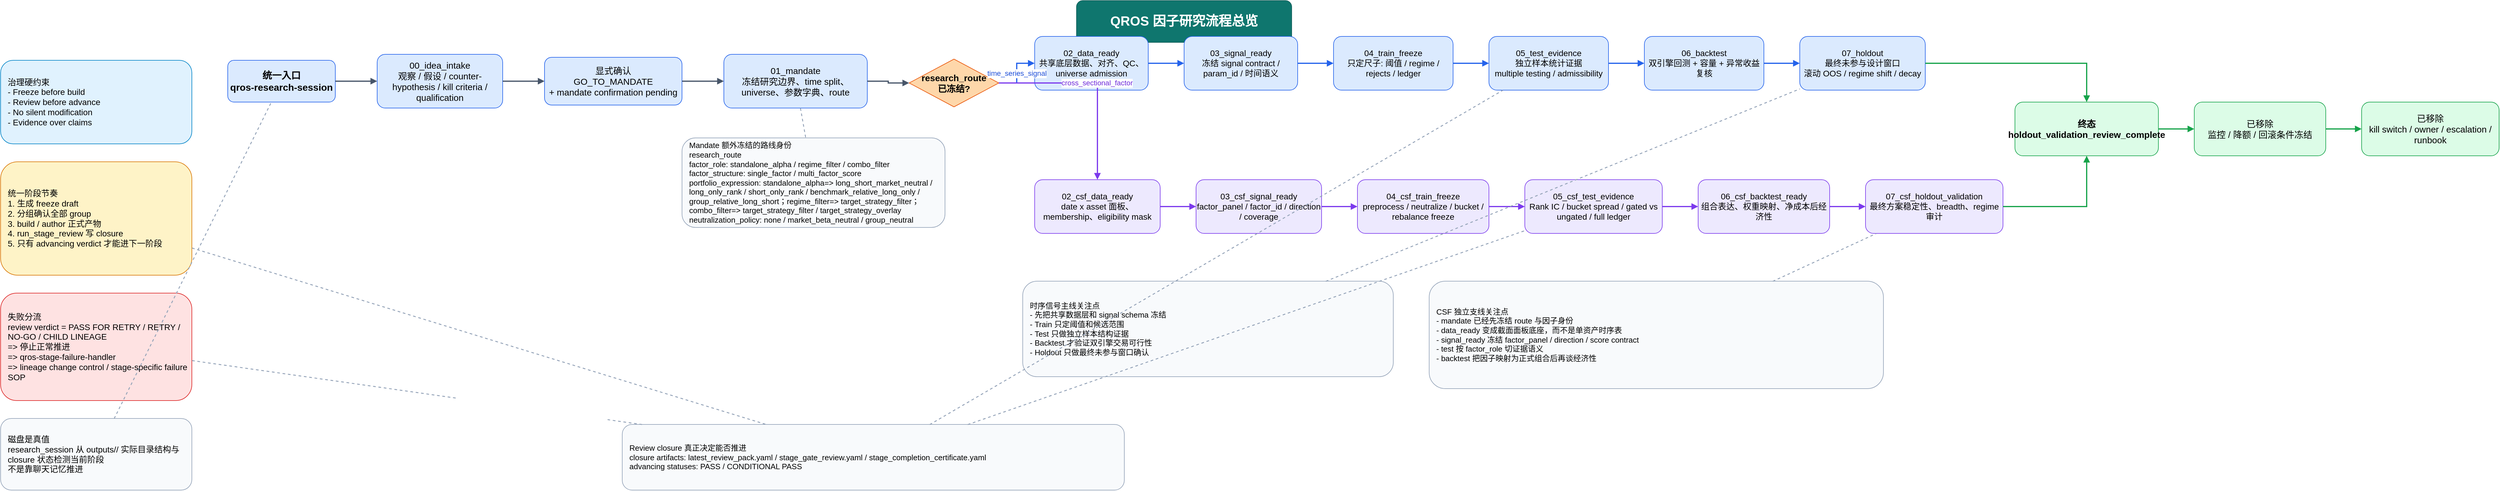
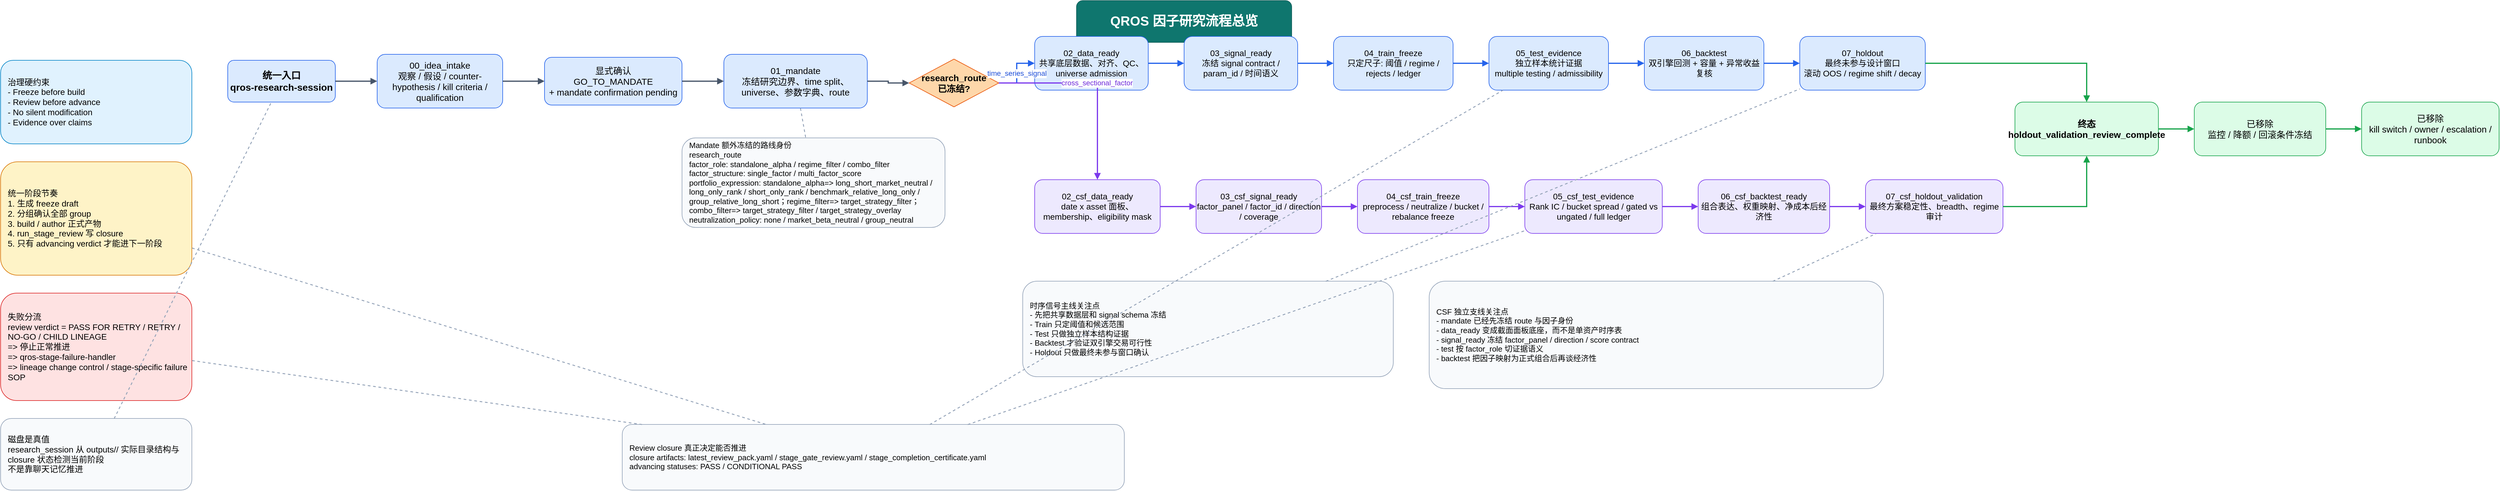
<?xml version="1.0" ?>
<mxfile host="app.diagrams.net" modified="2026-03-30T00:00:00.000Z" agent="Codex" version="26.2.2">
  <diagram id="qros-factor-research-workflow-overview" name="QROS Factor Research Workflow Overview">
-     <mxGraphModel dx="1800" dy="1200" grid="1" gridSize="10" guides="1" tooltips="1" connect="1" arrows="1" fold="1" page="1" pageScale="1" pageWidth="4600" pageHeight="2200" math="0" shadow="0">
+     <mxGraphModel dx="1800" dy="1200" grid="1" gridSize="10" guides="1" tooltips="1" connect="1" arrows="1" fold="1" page="1" pageScale="1" pageWidth="4600" pageHeight="2200" math="0" post_holdout_observation="0">
      <root>
        <mxCell id="0"/>
        <mxCell id="1" parent="0"/>
        <mxCell id="2" value="QROS 因子研究流程总览" style="rounded=1;whiteSpace=wrap;html=1;fillColor=#0F766E;fontColor=#FFFFFF;strokeColor=#115E59;fontStyle=1;fontSize=22;" vertex="1" parent="1">
          <mxGeometry x="1870" y="30" width="360" height="70" as="geometry"/>
        </mxCell>
        <mxCell id="3" value="治理硬约束&#xa;- Freeze before build&#xa;- Review before advance&#xa;- No silent modification&#xa;- Evidence over claims" style="rounded=1;whiteSpace=wrap;html=1;fillColor=#E0F2FE;strokeColor=#0284C7;fontSize=14;align=left;spacingLeft=10;" vertex="1" parent="1">
          <mxGeometry x="70" y="130" width="320" height="140" as="geometry"/>
        </mxCell>
        <mxCell id="4" value="统一阶段节奏&#xa;1. 生成 freeze draft&#xa;2. 分组确认全部 group&#xa;3. build / author 正式产物&#xa;4. run_stage_review 写 closure&#xa;5. 只有 advancing verdict 才能进下一阶段" style="rounded=1;whiteSpace=wrap;html=1;fillColor=#FEF3C7;strokeColor=#D97706;fontSize=14;align=left;spacingLeft=10;" vertex="1" parent="1">
          <mxGeometry x="70" y="300" width="320" height="190" as="geometry"/>
        </mxCell>
        <mxCell id="5" value="失败分流&#xa;review verdict = PASS FOR RETRY / RETRY / NO-GO / CHILD LINEAGE&#xa;=> 停止正常推进&#xa;=> qros-stage-failure-handler&#xa;=> lineage change control / stage-specific failure SOP" style="rounded=1;whiteSpace=wrap;html=1;fillColor=#FEE2E2;strokeColor=#DC2626;fontSize=14;align=left;spacingLeft=10;" vertex="1" parent="1">
          <mxGeometry x="70" y="520" width="320" height="180" as="geometry"/>
        </mxCell>
        <mxCell id="6" value="磁盘是真值&#xa;research_session 从 outputs/&lt;lineage_id&gt;/ 实际目录结构与 closure 状态检测当前阶段&#xa;不是靠聊天记忆推进" style="rounded=1;whiteSpace=wrap;html=1;fillColor=#F8FAFC;strokeColor=#94A3B8;fontSize=14;align=left;spacingLeft=10;" vertex="1" parent="1">
          <mxGeometry x="70" y="730" width="320" height="120" as="geometry"/>
        </mxCell>
        <mxCell id="7" value="统一入口&#xa;qros-research-session" style="rounded=1;whiteSpace=wrap;html=1;fillColor=#DBEAFE;strokeColor=#2563EB;fontStyle=1;fontSize=16;" vertex="1" parent="1">
          <mxGeometry x="450" y="130" width="180" height="70" as="geometry"/>
        </mxCell>
        <mxCell id="8" value="00_idea_intake&#xa;观察 / 假设 / counter-hypothesis / kill criteria / qualification" style="rounded=1;whiteSpace=wrap;html=1;fillColor=#DBEAFE;strokeColor=#2563EB;fontSize=15;" vertex="1" parent="1">
          <mxGeometry x="700" y="120" width="210" height="90" as="geometry"/>
        </mxCell>
        <mxCell id="9" value="显式确认&#xa;GO_TO_MANDATE&#xa;+ mandate confirmation pending" style="rounded=1;whiteSpace=wrap;html=1;fillColor=#DBEAFE;strokeColor=#2563EB;fontSize=15;" vertex="1" parent="1">
          <mxGeometry x="980" y="125" width="230" height="80" as="geometry"/>
        </mxCell>
        <mxCell id="10" value="01_mandate&#xa;冻结研究边界、time split、universe、参数字典、route" style="rounded=1;whiteSpace=wrap;html=1;fillColor=#DBEAFE;strokeColor=#2563EB;fontSize=15;" vertex="1" parent="1">
          <mxGeometry x="1280" y="120" width="240" height="90" as="geometry"/>
        </mxCell>
        <mxCell id="11" value="research_route&#xa;已冻结?" style="rhombus;whiteSpace=wrap;html=1;fillColor=#FED7AA;strokeColor=#EA580C;fontStyle=1;fontSize=15;" vertex="1" parent="1">
          <mxGeometry x="1590" y="128" width="150" height="80" as="geometry"/>
        </mxCell>
        <mxCell id="12" value="Mandate 额外冻结的路线身份&#xa;research_route&#xa;factor_role: standalone_alpha / regime_filter / combo_filter&#xa;factor_structure: single_factor / multi_factor_score&#xa;portfolio_expression: standalone_alpha=&gt; long_short_market_neutral / long_only_rank / short_only_rank / benchmark_relative_long_only / group_relative_long_short；regime_filter=&gt; target_strategy_filter；combo_filter=&gt; target_strategy_filter / target_strategy_overlay&#xa;neutralization_policy: none / market_beta_neutral / group_neutral" style="rounded=1;whiteSpace=wrap;html=1;fillColor=#F8FAFC;strokeColor=#94A3B8;fontSize=13;align=left;spacingLeft=10;" vertex="1" parent="1">
          <mxGeometry x="1210" y="260" width="440" height="150" as="geometry"/>
        </mxCell>
        <mxCell id="13" value="02_data_ready&#xa;共享底层数据、对齐、QC、universe admission" style="rounded=1;whiteSpace=wrap;html=1;fillColor=#DBEAFE;strokeColor=#2563EB;fontSize=14;" vertex="1" parent="1">
          <mxGeometry x="1800" y="90" width="190" height="90" as="geometry"/>
        </mxCell>
        <mxCell id="14" value="03_signal_ready&#xa;冻结 signal contract / param_id / 时间语义" style="rounded=1;whiteSpace=wrap;html=1;fillColor=#DBEAFE;strokeColor=#2563EB;fontSize=14;" vertex="1" parent="1">
          <mxGeometry x="2050" y="90" width="190" height="90" as="geometry"/>
        </mxCell>
        <mxCell id="15" value="04_train_freeze&#xa;只定尺子: 阈值 / regime / rejects / ledger" style="rounded=1;whiteSpace=wrap;html=1;fillColor=#DBEAFE;strokeColor=#2563EB;fontSize=14;" vertex="1" parent="1">
          <mxGeometry x="2300" y="90" width="200" height="90" as="geometry"/>
        </mxCell>
        <mxCell id="16" value="05_test_evidence&#xa;独立样本统计证据&#xa;multiple testing / admissibility" style="rounded=1;whiteSpace=wrap;html=1;fillColor=#DBEAFE;strokeColor=#2563EB;fontSize=14;" vertex="1" parent="1">
          <mxGeometry x="2560" y="90" width="200" height="90" as="geometry"/>
        </mxCell>
        <mxCell id="17" value="06_backtest&#xa;双引擎回测 + 容量 + 异常收益复核" style="rounded=1;whiteSpace=wrap;html=1;fillColor=#DBEAFE;strokeColor=#2563EB;fontSize=14;" vertex="1" parent="1">
          <mxGeometry x="2820" y="90" width="200" height="90" as="geometry"/>
        </mxCell>
        <mxCell id="18" value="07_holdout&#xa;最终未参与设计窗口&#xa;滚动 OOS / regime shift / decay" style="rounded=1;whiteSpace=wrap;html=1;fillColor=#DBEAFE;strokeColor=#2563EB;fontSize=14;" vertex="1" parent="1">
          <mxGeometry x="3080" y="90" width="210" height="90" as="geometry"/>
        </mxCell>
        <mxCell id="19" value="02_csf_data_ready&#xa;date x asset 面板、membership、eligibility mask" style="rounded=1;whiteSpace=wrap;html=1;fillColor=#EDE9FE;strokeColor=#7C3AED;fontSize=14;" vertex="1" parent="1">
          <mxGeometry x="1800" y="330" width="210" height="90" as="geometry"/>
        </mxCell>
        <mxCell id="20" value="03_csf_signal_ready&#xa;factor_panel / factor_id / direction / coverage" style="rounded=1;whiteSpace=wrap;html=1;fillColor=#EDE9FE;strokeColor=#7C3AED;fontSize=14;" vertex="1" parent="1">
          <mxGeometry x="2070" y="330" width="210" height="90" as="geometry"/>
        </mxCell>
        <mxCell id="21" value="04_csf_train_freeze&#xa;preprocess / neutralize / bucket / rebalance freeze" style="rounded=1;whiteSpace=wrap;html=1;fillColor=#EDE9FE;strokeColor=#7C3AED;fontSize=14;" vertex="1" parent="1">
          <mxGeometry x="2340" y="330" width="220" height="90" as="geometry"/>
        </mxCell>
        <mxCell id="22" value="05_csf_test_evidence&#xa;Rank IC / bucket spread / gated vs ungated / full ledger" style="rounded=1;whiteSpace=wrap;html=1;fillColor=#EDE9FE;strokeColor=#7C3AED;fontSize=14;" vertex="1" parent="1">
          <mxGeometry x="2620" y="330" width="230" height="90" as="geometry"/>
        </mxCell>
        <mxCell id="23" value="06_csf_backtest_ready&#xa;组合表达、权重映射、净成本后经济性" style="rounded=1;whiteSpace=wrap;html=1;fillColor=#EDE9FE;strokeColor=#7C3AED;fontSize=14;" vertex="1" parent="1">
          <mxGeometry x="2910" y="330" width="220" height="90" as="geometry"/>
        </mxCell>
        <mxCell id="24" value="07_csf_holdout_validation&#xa;最终方案稳定性、breadth、regime 审计" style="rounded=1;whiteSpace=wrap;html=1;fillColor=#EDE9FE;strokeColor=#7C3AED;fontSize=14;" vertex="1" parent="1">
          <mxGeometry x="3190" y="330" width="230" height="90" as="geometry"/>
        </mxCell>
        <mxCell id="25" value="终态&#xa;holdout_validation_review_complete" style="rounded=1;whiteSpace=wrap;html=1;fillColor=#DCFCE7;strokeColor=#16A34A;fontStyle=1;fontSize=15;" vertex="1" parent="1">
          <mxGeometry x="3440" y="200" width="240" height="90" as="geometry"/>
        </mxCell>
        <mxCell id="26" value="已移除&#xa;监控 / 降额 / 回滚条件冻结" style="rounded=1;whiteSpace=wrap;html=1;fillColor=#DCFCE7;strokeColor=#16A34A;fontSize=15;" vertex="1" parent="1">
          <mxGeometry x="3740" y="200" width="220" height="90" as="geometry"/>
        </mxCell>
        <mxCell id="27" value="已移除&#xa;kill switch / owner / escalation / runbook" style="rounded=1;whiteSpace=wrap;html=1;fillColor=#DCFCE7;strokeColor=#16A34A;fontSize=15;" vertex="1" parent="1">
          <mxGeometry x="4020" y="200" width="230" height="90" as="geometry"/>
        </mxCell>
        <mxCell id="28" value="时序信号主线关注点&#xa;- 先把共享数据层和 signal schema 冻结&#xa;- Train 只定阈值和候选范围&#xa;- Test 只做独立样本结构证据&#xa;- Backtest 才验证双引擎交易可行性&#xa;- Holdout 只做最终未参与窗口确认" style="rounded=1;whiteSpace=wrap;html=1;fillColor=#F8FAFC;strokeColor=#94A3B8;fontSize=13;align=left;spacingLeft=10;" vertex="1" parent="1">
          <mxGeometry x="1780" y="500" width="620" height="160" as="geometry"/>
        </mxCell>
        <mxCell id="29" value="CSF 独立支线关注点&#xa;- mandate 已经先冻结 route 与因子身份&#xa;- data_ready 变成截面面板底座，而不是单资产时序表&#xa;- signal_ready 冻结 factor_panel / direction / score contract&#xa;- test 按 factor_role 切证据语义&#xa;- backtest 把因子映射为正式组合后再谈经济性" style="rounded=1;whiteSpace=wrap;html=1;fillColor=#F8FAFC;strokeColor=#94A3B8;fontSize=13;align=left;spacingLeft=10;" vertex="1" parent="1">
          <mxGeometry x="2460" y="500" width="760" height="180" as="geometry"/>
        </mxCell>
        <mxCell id="30" value="Review closure 真正决定能否推进&#xa;closure artifacts: latest_review_pack.yaml / stage_gate_review.yaml / stage_completion_certificate.yaml&#xa;advancing statuses: PASS / CONDITIONAL PASS" style="rounded=1;whiteSpace=wrap;html=1;fillColor=#F8FAFC;strokeColor=#94A3B8;fontSize=13;align=left;spacingLeft=10;" vertex="1" parent="1">
          <mxGeometry x="1110" y="740" width="840" height="110" as="geometry"/>
        </mxCell>
        <mxCell id="31" style="edgeStyle=orthogonalEdgeStyle;rounded=0;orthogonalLoop=1;jettySize=auto;html=1;strokeWidth=2;endArrow=block;endFill=1;strokeColor=#475569;" edge="1" parent="1" source="7" target="8">
          <mxGeometry relative="1" as="geometry"/>
        </mxCell>
        <mxCell id="32" style="edgeStyle=orthogonalEdgeStyle;rounded=0;orthogonalLoop=1;jettySize=auto;html=1;strokeWidth=2;endArrow=block;endFill=1;strokeColor=#475569;" edge="1" parent="1" source="8" target="9">
          <mxGeometry relative="1" as="geometry"/>
        </mxCell>
        <mxCell id="33" style="edgeStyle=orthogonalEdgeStyle;rounded=0;orthogonalLoop=1;jettySize=auto;html=1;strokeWidth=2;endArrow=block;endFill=1;strokeColor=#475569;" edge="1" parent="1" source="9" target="10">
          <mxGeometry relative="1" as="geometry"/>
        </mxCell>
        <mxCell id="34" style="edgeStyle=orthogonalEdgeStyle;rounded=0;orthogonalLoop=1;jettySize=auto;html=1;strokeWidth=2;endArrow=block;endFill=1;strokeColor=#475569;" edge="1" parent="1" source="10" target="11">
          <mxGeometry relative="1" as="geometry"/>
        </mxCell>
        <mxCell id="35" value="time_series_signal" style="edgeStyle=orthogonalEdgeStyle;rounded=0;orthogonalLoop=1;jettySize=auto;html=1;strokeWidth=2;endArrow=block;endFill=1;strokeColor=#2563EB;fontSize=12;fontColor=#1D4ED8;" edge="1" parent="1" source="11" target="13">
          <mxGeometry relative="1" as="geometry"/>
        </mxCell>
        <mxCell id="36" value="cross_sectional_factor" style="edgeStyle=orthogonalEdgeStyle;rounded=0;orthogonalLoop=1;jettySize=auto;html=1;strokeWidth=2;endArrow=block;endFill=1;strokeColor=#7C3AED;fontSize=12;fontColor=#6D28D9;" edge="1" parent="1" source="11" target="19">
          <mxGeometry relative="1" as="geometry"/>
        </mxCell>
        <mxCell id="37" style="edgeStyle=orthogonalEdgeStyle;rounded=0;orthogonalLoop=1;jettySize=auto;html=1;strokeWidth=2;endArrow=block;endFill=1;strokeColor=#2563EB;" edge="1" parent="1" source="13" target="14">
          <mxGeometry relative="1" as="geometry"/>
        </mxCell>
        <mxCell id="38" style="edgeStyle=orthogonalEdgeStyle;rounded=0;orthogonalLoop=1;jettySize=auto;html=1;strokeWidth=2;endArrow=block;endFill=1;strokeColor=#2563EB;" edge="1" parent="1" source="14" target="15">
          <mxGeometry relative="1" as="geometry"/>
        </mxCell>
        <mxCell id="39" style="edgeStyle=orthogonalEdgeStyle;rounded=0;orthogonalLoop=1;jettySize=auto;html=1;strokeWidth=2;endArrow=block;endFill=1;strokeColor=#2563EB;" edge="1" parent="1" source="15" target="16">
          <mxGeometry relative="1" as="geometry"/>
        </mxCell>
        <mxCell id="40" style="edgeStyle=orthogonalEdgeStyle;rounded=0;orthogonalLoop=1;jettySize=auto;html=1;strokeWidth=2;endArrow=block;endFill=1;strokeColor=#2563EB;" edge="1" parent="1" source="16" target="17">
          <mxGeometry relative="1" as="geometry"/>
        </mxCell>
        <mxCell id="41" style="edgeStyle=orthogonalEdgeStyle;rounded=0;orthogonalLoop=1;jettySize=auto;html=1;strokeWidth=2;endArrow=block;endFill=1;strokeColor=#2563EB;" edge="1" parent="1" source="17" target="18">
          <mxGeometry relative="1" as="geometry"/>
        </mxCell>
        <mxCell id="42" style="edgeStyle=orthogonalEdgeStyle;rounded=0;orthogonalLoop=1;jettySize=auto;html=1;strokeWidth=2;endArrow=block;endFill=1;strokeColor=#7C3AED;" edge="1" parent="1" source="19" target="20">
          <mxGeometry relative="1" as="geometry"/>
        </mxCell>
        <mxCell id="43" style="edgeStyle=orthogonalEdgeStyle;rounded=0;orthogonalLoop=1;jettySize=auto;html=1;strokeWidth=2;endArrow=block;endFill=1;strokeColor=#7C3AED;" edge="1" parent="1" source="20" target="21">
          <mxGeometry relative="1" as="geometry"/>
        </mxCell>
        <mxCell id="44" style="edgeStyle=orthogonalEdgeStyle;rounded=0;orthogonalLoop=1;jettySize=auto;html=1;strokeWidth=2;endArrow=block;endFill=1;strokeColor=#7C3AED;" edge="1" parent="1" source="21" target="22">
          <mxGeometry relative="1" as="geometry"/>
        </mxCell>
        <mxCell id="45" style="edgeStyle=orthogonalEdgeStyle;rounded=0;orthogonalLoop=1;jettySize=auto;html=1;strokeWidth=2;endArrow=block;endFill=1;strokeColor=#7C3AED;" edge="1" parent="1" source="22" target="23">
          <mxGeometry relative="1" as="geometry"/>
        </mxCell>
        <mxCell id="46" style="edgeStyle=orthogonalEdgeStyle;rounded=0;orthogonalLoop=1;jettySize=auto;html=1;strokeWidth=2;endArrow=block;endFill=1;strokeColor=#7C3AED;" edge="1" parent="1" source="23" target="24">
          <mxGeometry relative="1" as="geometry"/>
        </mxCell>
        <mxCell id="47" style="edgeStyle=orthogonalEdgeStyle;rounded=0;orthogonalLoop=1;jettySize=auto;html=1;strokeWidth=2;endArrow=block;endFill=1;strokeColor=#16A34A;" edge="1" parent="1" source="18" target="25">
          <mxGeometry relative="1" as="geometry"/>
        </mxCell>
        <mxCell id="48" style="edgeStyle=orthogonalEdgeStyle;rounded=0;orthogonalLoop=1;jettySize=auto;html=1;strokeWidth=2;endArrow=block;endFill=1;strokeColor=#16A34A;" edge="1" parent="1" source="24" target="25">
          <mxGeometry relative="1" as="geometry"/>
        </mxCell>
        <mxCell id="49" style="edgeStyle=orthogonalEdgeStyle;rounded=0;orthogonalLoop=1;jettySize=auto;html=1;strokeWidth=2;endArrow=block;endFill=1;strokeColor=#16A34A;" edge="1" parent="1" source="25" target="26">
          <mxGeometry relative="1" as="geometry"/>
        </mxCell>
        <mxCell id="50" style="edgeStyle=orthogonalEdgeStyle;rounded=0;orthogonalLoop=1;jettySize=auto;html=1;strokeWidth=2;endArrow=block;endFill=1;strokeColor=#16A34A;" edge="1" parent="1" source="26" target="27">
          <mxGeometry relative="1" as="geometry"/>
        </mxCell>
        <mxCell id="51" style="dashed=1;html=1;strokeWidth=1.5;endArrow=none;strokeColor=#94A3B8;" edge="1" parent="1" source="10" target="12">
          <mxGeometry relative="1" as="geometry"/>
        </mxCell>
        <mxCell id="52" style="dashed=1;html=1;strokeWidth=1.5;endArrow=none;strokeColor=#94A3B8;" edge="1" parent="1" source="4" target="30">
          <mxGeometry relative="1" as="geometry"/>
        </mxCell>
        <mxCell id="53" style="dashed=1;html=1;strokeWidth=1.5;endArrow=none;strokeColor=#94A3B8;" edge="1" parent="1" source="5" target="30">
          <mxGeometry relative="1" as="geometry"/>
        </mxCell>
        <mxCell id="54" style="dashed=1;html=1;strokeWidth=1.5;endArrow=none;strokeColor=#94A3B8;" edge="1" parent="1" source="30" target="16">
          <mxGeometry relative="1" as="geometry"/>
        </mxCell>
        <mxCell id="55" style="dashed=1;html=1;strokeWidth=1.5;endArrow=none;strokeColor=#94A3B8;" edge="1" parent="1" source="30" target="22">
          <mxGeometry relative="1" as="geometry"/>
        </mxCell>
        <mxCell id="56" style="dashed=1;html=1;strokeWidth=1.5;endArrow=none;strokeColor=#94A3B8;" edge="1" parent="1" source="6" target="7">
          <mxGeometry relative="1" as="geometry"/>
        </mxCell>
        <mxCell id="57" style="dashed=1;html=1;strokeWidth=1.5;endArrow=none;strokeColor=#94A3B8;" edge="1" parent="1" source="28" target="18">
          <mxGeometry relative="1" as="geometry"/>
        </mxCell>
        <mxCell id="58" style="dashed=1;html=1;strokeWidth=1.5;endArrow=none;strokeColor=#94A3B8;" edge="1" parent="1" source="29" target="24">
          <mxGeometry relative="1" as="geometry"/>
        </mxCell>
      </root>
    </mxGraphModel>
  </diagram>
</mxfile>
